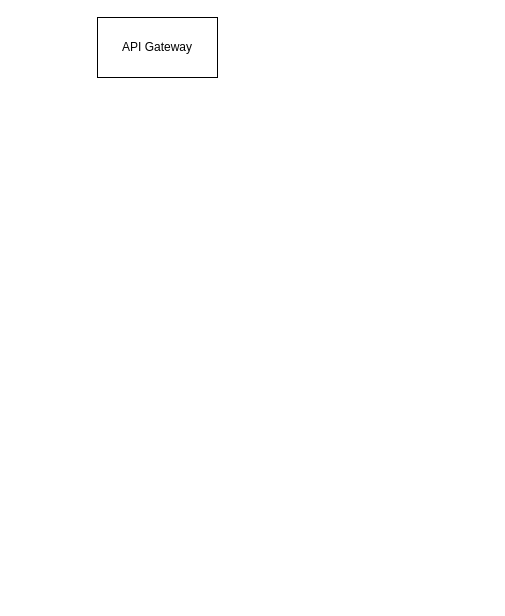
Above: 2_관리자기능_파트/심명섭/제목 없는 다이어그램.drawio in A-OverFlow/mmb-docs (draw.io), before the change. Source tidied: cells renumbered, new cells numbered last; positions are measured from the earlier drawing's top-left corner, leaving out a move shared by most shapes. Both pictures are drawn from the tidied source at 100%, with x=0, y=0 at pixel (97, 17).
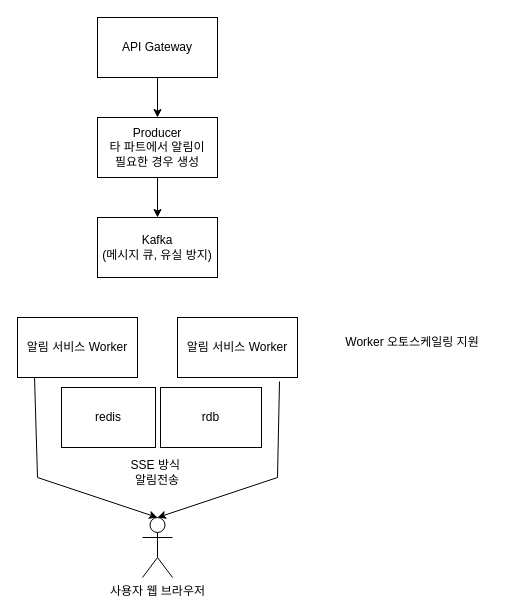
The same page after the edit.

Commit message (it also covers changes not shown here):
제목 없는 다이어그램.drawio 업데이트

The edit, as a diff of the source:
```diff
@@
 <mxGraphModel>
   <root>
     <mxCell id="0" />
     <mxCell id="1" parent="0" />
     <mxCell id="2" value="API Gateway" style="rounded=0;whiteSpace=wrap;html=1;" parent="1" vertex="1">
       <mxGeometry width="120" height="60" as="geometry" />
     </mxCell>
+    <mxCell id="3" value="Producer&lt;div&gt;타 파트에서 알림이&lt;/div&gt;&lt;div&gt;필요한 경우 생성&lt;/div&gt;" style="rounded=0;whiteSpace=wrap;html=1;" parent="1" vertex="1">
+      <mxGeometry y="100" width="120" height="60" as="geometry" />
+    </mxCell>
+    <mxCell id="4" value="Kafka&lt;div&gt;(메시지 큐, 유실 방지)&lt;/div&gt;" style="rounded=0;whiteSpace=wrap;html=1;" parent="1" vertex="1">
+      <mxGeometry y="200" width="120" height="60" as="geometry" />
+    </mxCell>
+    <mxCell id="5" value="알림 서비스 Worker" style="rounded=0;whiteSpace=wrap;html=1;" parent="1" vertex="1">
+      <mxGeometry x="-80" y="300" width="120" height="60" as="geometry" />
+    </mxCell>
+    <mxCell id="6" value="알림 서비스 Worker" style="rounded=0;whiteSpace=wrap;html=1;" parent="1" vertex="1">
+      <mxGeometry x="80" y="300" width="120" height="60" as="geometry" />
+    </mxCell>
+    <mxCell id="7" value="redis" style="rounded=0;whiteSpace=wrap;html=1;" parent="1" vertex="1">
+      <mxGeometry x="-36" y="370" width="94" height="60" as="geometry" />
+    </mxCell>
+    <mxCell id="8" value="Worker 오토스케일링 지원" style="text;html=1;align=center;verticalAlign=middle;whiteSpace=wrap;rounded=0;" parent="1" vertex="1">
+      <mxGeometry x="240" y="310" width="150" height="30" as="geometry" />
+    </mxCell>
+    <mxCell id="9" value="사용자 웹 브라우저" style="shape=umlActor;verticalLabelPosition=bottom;verticalAlign=top;html=1;outlineConnect=0;" parent="1" vertex="1">
+      <mxGeometry x="45" y="500" width="30" height="60" as="geometry" />
+    </mxCell>
+    <mxCell id="10" style="endArrow=classic;html=1;rounded=0;entryX=0.5;entryY=0;entryDx=0;entryDy=0;entryPerimeter=0;exitX=0.85;exitY=1.067;exitDx=0;exitDy=0;exitPerimeter=0;" parent="1" edge="1" source="6" target="9">
+      <mxGeometry relative="1" as="geometry">
+        <Array as="points">
+          <mxPoint x="180" y="460" />
+        </Array>
+      </mxGeometry>
+    </mxCell>
+    <mxCell id="11" style="endArrow=classic;html=1;rounded=0;entryX=0.5;entryY=0;entryDx=0;entryDy=0;entryPerimeter=0;exitX=0.142;exitY=1;exitDx=0;exitDy=0;exitPerimeter=0;" parent="1" edge="1" source="5" target="9">
+      <mxGeometry relative="1" as="geometry">
+        <Array as="points">
+          <mxPoint x="-60" y="460" />
+        </Array>
+      </mxGeometry>
+    </mxCell>
+    <mxCell id="12" value="SSE 방식&amp;nbsp;&lt;div&gt;알림전송&lt;/div&gt;" style="text;html=1;align=center;verticalAlign=middle;whiteSpace=wrap;rounded=0;" parent="1" vertex="1">
+      <mxGeometry x="22.2" y="440" width="75.5" height="30" as="geometry" />
+    </mxCell>
+    <mxCell id="13" value="rdb" style="rounded=0;whiteSpace=wrap;html=1;" parent="1" vertex="1">
+      <mxGeometry x="63" y="370" width="101" height="60" as="geometry" />
+    </mxCell>
+    <mxCell id="14" style="endArrow=classic;html=1;rounded=0;exitX=0.5;exitY=1;exitDx=0;exitDy=0;entryX=0.5;entryY=0;entryDx=0;entryDy=0;" parent="1" edge="1" source="2" target="3">
+      <mxGeometry relative="1" as="geometry" />
+    </mxCell>
+    <mxCell id="15" style="endArrow=classic;html=1;rounded=0;exitX=0.5;exitY=1;exitDx=0;exitDy=0;entryX=0.5;entryY=0;entryDx=0;entryDy=0;" parent="1" edge="1" source="3" target="4">
+      <mxGeometry relative="1" as="geometry" />
+    </mxCell>
   </root>
 </mxGraphModel>
```
